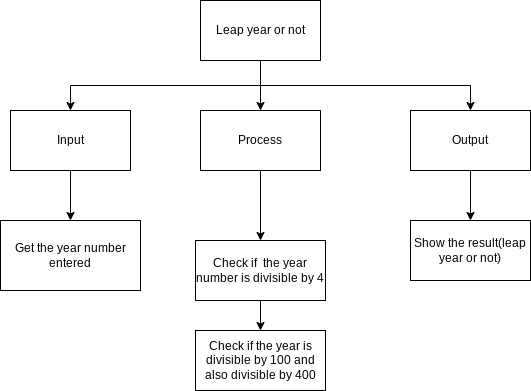
Earlier version of the draw.io export design.leap_year.top-down.png (Yiyun-Qin/ICS3U-Unit3-08-Python). Source tidied: cells renumbered, new cells last; positions are measured from the earlier drawing's top-left corner, leaving out a move shared by most shapes. Source of this version:
```xml
<mxGraphModel>
  <root>
    <mxCell id="0" />
    <mxCell id="1" parent="0" />
    <mxCell id="2" style="edgeStyle=orthogonalEdgeStyle;html=1;exitX=0.5;exitY=1;exitDx=0;exitDy=0;entryX=0.5;entryY=0;entryDx=0;entryDy=0;rounded=0;" parent="1" edge="1" source="5" target="7">
      <mxGeometry relative="1" as="geometry" />
    </mxCell>
    <mxCell id="3" style="edgeStyle=orthogonalEdgeStyle;rounded=0;html=1;exitX=0.5;exitY=1;exitDx=0;exitDy=0;entryX=0.5;entryY=0;entryDx=0;entryDy=0;" parent="1" edge="1" source="5" target="9">
      <mxGeometry relative="1" as="geometry" />
    </mxCell>
    <mxCell id="4" style="edgeStyle=orthogonalEdgeStyle;rounded=0;html=1;exitX=0.5;exitY=1;exitDx=0;exitDy=0;entryX=0.5;entryY=0;entryDx=0;entryDy=0;" parent="1" edge="1" source="5" target="11">
      <mxGeometry relative="1" as="geometry" />
    </mxCell>
    <mxCell id="5" value="Leap year or not" style="rounded=0;whiteSpace=wrap;html=1;" parent="1" vertex="1">
      <mxGeometry x="200" width="120" height="60" as="geometry" />
    </mxCell>
    <mxCell id="6" style="edgeStyle=orthogonalEdgeStyle;rounded=0;html=1;exitX=0.5;exitY=1;exitDx=0;exitDy=0;entryX=0.5;entryY=0;entryDx=0;entryDy=0;" parent="1" edge="1" source="7" target="12">
      <mxGeometry relative="1" as="geometry" />
    </mxCell>
    <mxCell id="7" value="Input" style="rounded=0;whiteSpace=wrap;html=1;" parent="1" vertex="1">
      <mxGeometry x="10" y="110" width="120" height="60" as="geometry" />
    </mxCell>
    <mxCell id="8" style="edgeStyle=orthogonalEdgeStyle;rounded=0;html=1;exitX=0.5;exitY=1;exitDx=0;exitDy=0;entryX=0.5;entryY=0;entryDx=0;entryDy=0;" parent="1" edge="1" source="9" target="14">
      <mxGeometry relative="1" as="geometry" />
    </mxCell>
    <mxCell id="9" value="Process" style="rounded=0;whiteSpace=wrap;html=1;" parent="1" vertex="1">
      <mxGeometry x="200" y="110" width="120" height="60" as="geometry" />
    </mxCell>
    <mxCell id="10" style="edgeStyle=orthogonalEdgeStyle;rounded=0;html=1;exitX=0.5;exitY=1;exitDx=0;exitDy=0;entryX=0.5;entryY=0;entryDx=0;entryDy=0;" parent="1" edge="1" source="11" target="15">
      <mxGeometry relative="1" as="geometry" />
    </mxCell>
    <mxCell id="11" value="Output" style="rounded=0;whiteSpace=wrap;html=1;" parent="1" vertex="1">
      <mxGeometry x="410" y="110" width="120" height="60" as="geometry" />
    </mxCell>
    <mxCell id="12" value="Get the year number entered" style="rounded=0;whiteSpace=wrap;html=1;" parent="1" vertex="1">
      <mxGeometry y="220" width="140" height="70" as="geometry" />
    </mxCell>
    <mxCell id="13" style="edgeStyle=none;html=1;exitX=0.5;exitY=1;exitDx=0;exitDy=0;entryX=0.5;entryY=0;entryDx=0;entryDy=0;" parent="1" edge="1" source="14" target="16">
      <mxGeometry relative="1" as="geometry" />
    </mxCell>
    <mxCell id="14" value="Check if&amp;nbsp; the year number is divisible by 4" style="rounded=0;whiteSpace=wrap;html=1;" parent="1" vertex="1">
      <mxGeometry x="195" y="240" width="130" height="60" as="geometry" />
    </mxCell>
    <mxCell id="15" value="Show the result(leap year or not)" style="rounded=0;whiteSpace=wrap;html=1;" parent="1" vertex="1">
      <mxGeometry x="410" y="220" width="120" height="60" as="geometry" />
    </mxCell>
    <mxCell id="16" value="Check if the year is divisible by 100 and also divisible by 400" style="rounded=0;whiteSpace=wrap;html=1;" parent="1" vertex="1">
      <mxGeometry x="195" y="330" width="130" height="60" as="geometry" />
    </mxCell>
  </root>
</mxGraphModel>
```
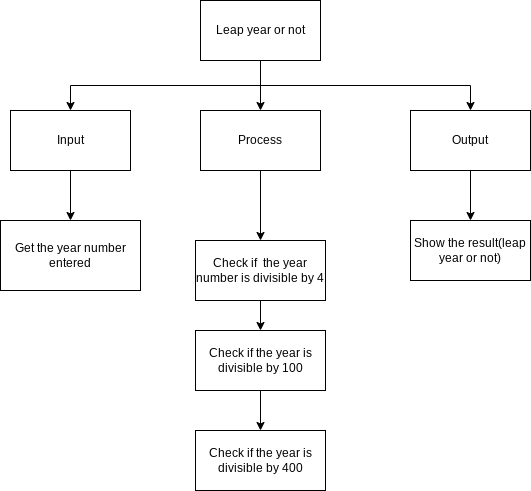
Later version of the same file.

Commit message:
leap year topdown

The edit, as a diff of the source:
```diff
@@ -44,8 +44,14 @@
     <mxCell id="15" value="Show the result(leap year or not)" style="rounded=0;whiteSpace=wrap;html=1;" parent="1" vertex="1">
       <mxGeometry x="410" y="220" width="120" height="60" as="geometry" />
     </mxCell>
+    <mxCell id="17" style="edgeStyle=none;html=1;exitX=0.5;exitY=1;exitDx=0;exitDy=0;entryX=0.5;entryY=0;entryDx=0;entryDy=0;" parent="1" edge="1" source="16" target="18">
+      <mxGeometry relative="1" as="geometry" />
+    </mxCell>
-    <mxCell id="16" value="Check if the year is divisible by 100 and also divisible by 400" style="rounded=0;whiteSpace=wrap;html=1;" parent="1" vertex="1">
+    <mxCell id="16" value="Check if the year is divisible by 100" style="rounded=0;whiteSpace=wrap;html=1;" parent="1" vertex="1">
       <mxGeometry x="195" y="330" width="130" height="60" as="geometry" />
     </mxCell>
+    <mxCell id="18" value="Check if the year is divisible by 400" style="rounded=0;whiteSpace=wrap;html=1;" parent="1" vertex="1">
+      <mxGeometry x="195" y="430" width="130" height="60" as="geometry" />
+    </mxCell>
   </root>
 </mxGraphModel>
```
